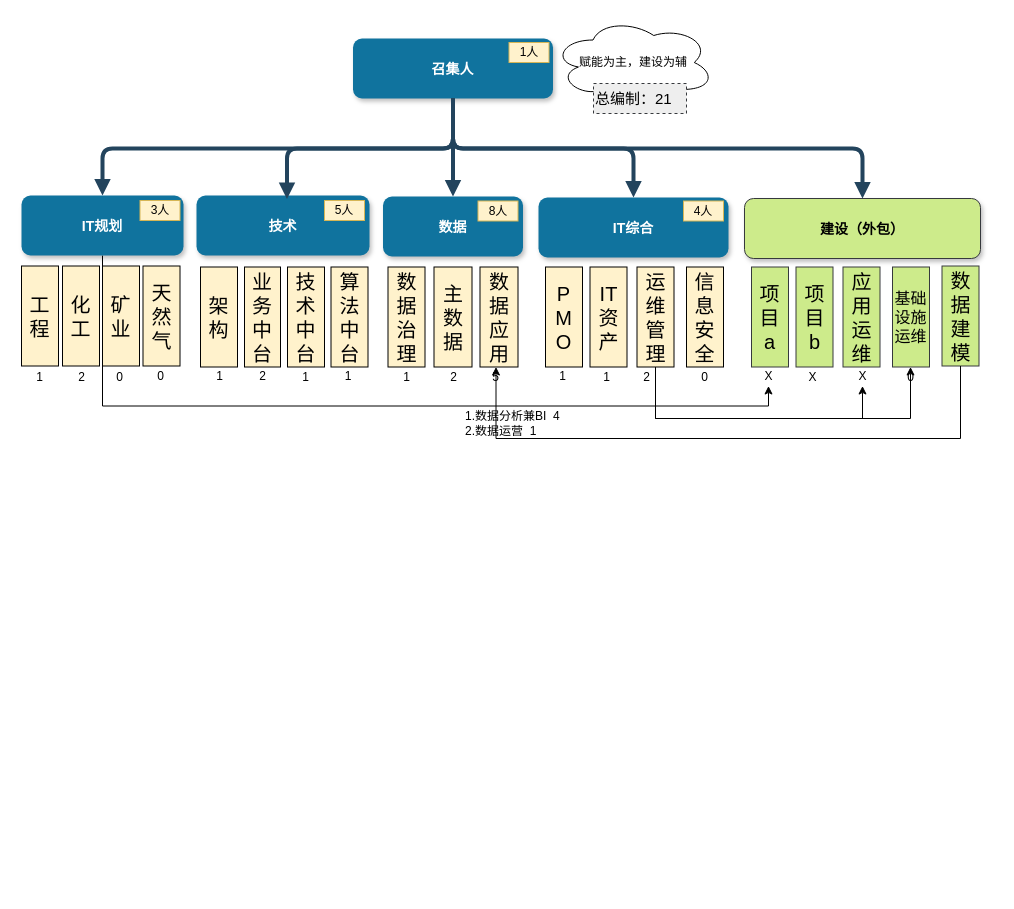
Before: page "第 21 页" (21 of 22) of MQ服务.drawio in chinadragonsjz/project, a draw.io diagram. Source tidied: cells renumbered, new cells numbered last; positions are measured from the earlier drawing's top-left corner, leaving out a move shared by most shapes. Both pictures are drawn from the tidied source at 100%, with x=0, y=0 at pixel (20, 17).
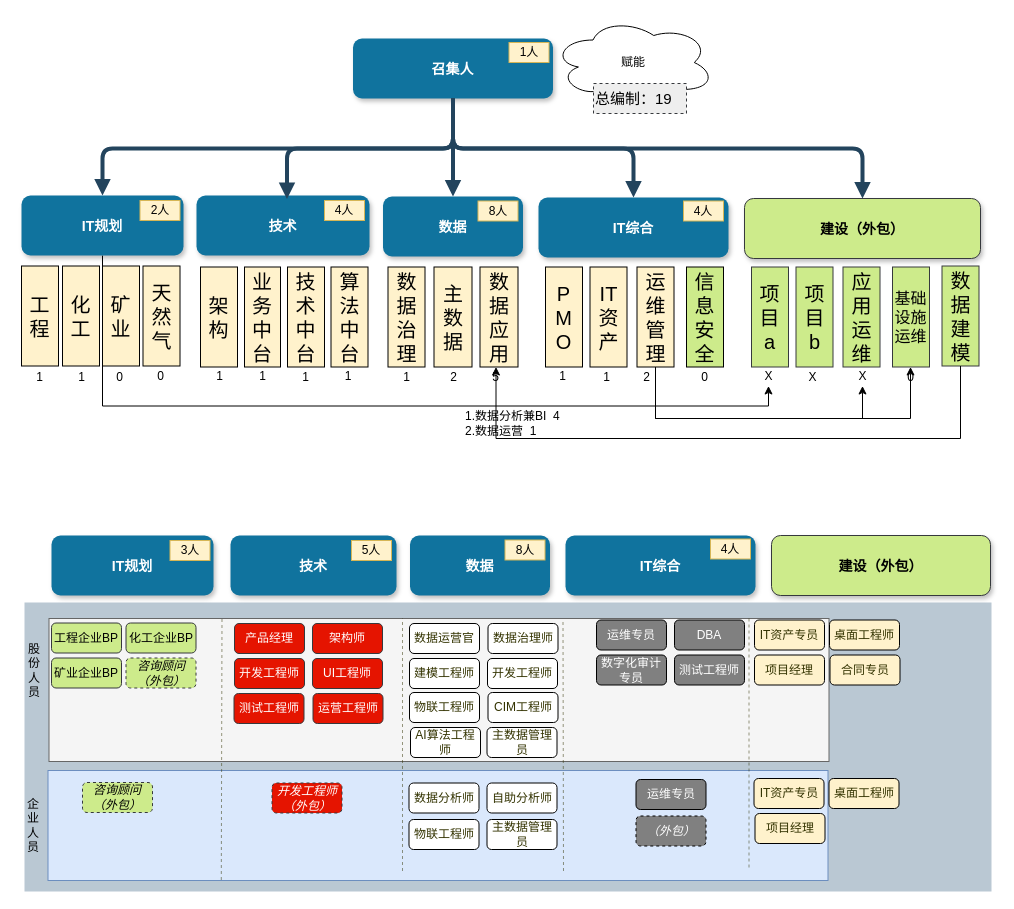
After the change.

Diff of the diagram source:
```diff
@@
-    <mxCell id="11" value="3人" style="text;html=1;strokeColor=#d6b656;fillColor=#fff2cc;align=center;verticalAlign=middle;whiteSpace=wrap;rounded=0;" parent="1" vertex="1">
+    <mxCell id="11" value="2人" style="text;html=1;strokeColor=#d6b656;fillColor=#fff2cc;align=center;verticalAlign=middle;whiteSpace=wrap;rounded=0;" parent="1" vertex="1">
       <mxGeometry x="119.5" y="183" width="40" height="20" as="geometry" />
     </mxCell>
@@
-    <mxCell id="29" value="信息安全" style="rounded=0;whiteSpace=wrap;html=1;strokeWidth=1;fillColor=#FFF2CC;fontSize=20;align=center;" parent="1" vertex="1">
+    <mxCell id="29" value="信息安全" style="rounded=0;whiteSpace=wrap;html=1;strokeWidth=1;fillColor=#CDEB8B;fontSize=20;align=center;" parent="1" vertex="1">
       <mxGeometry x="666" y="249.5" width="37" height="100" as="geometry" />
     </mxCell>
@@
-    <mxCell id="31" value="5人" style="text;html=1;strokeColor=#d6b656;fillColor=#fff2cc;align=center;verticalAlign=middle;whiteSpace=wrap;rounded=0;" parent="1" vertex="1">
+    <mxCell id="31" value="4人" style="text;html=1;strokeColor=#d6b656;fillColor=#fff2cc;align=center;verticalAlign=middle;whiteSpace=wrap;rounded=0;" parent="1" vertex="1">
       <mxGeometry x="304" y="183" width="40" height="20" as="geometry" />
     </mxCell>
@@
-    <mxCell id="33" value="2" style="text;html=1;strokeColor=none;fillColor=none;align=center;verticalAlign=middle;whiteSpace=wrap;rounded=0;" parent="1" vertex="1">
+    <mxCell id="33" value="1" style="text;html=1;strokeColor=none;fillColor=none;align=center;verticalAlign=middle;whiteSpace=wrap;rounded=0;" parent="1" vertex="1">
       <mxGeometry x="222.5" y="348.5" width="39" height="20" as="geometry" />
     </mxCell>
@@
-    <mxCell id="44" value="2" style="text;html=1;strokeColor=none;fillColor=none;align=center;verticalAlign=middle;whiteSpace=wrap;rounded=0;" parent="1" vertex="1">
+    <mxCell id="44" value="1" style="text;html=1;strokeColor=none;fillColor=none;align=center;verticalAlign=middle;whiteSpace=wrap;rounded=0;" parent="1" vertex="1">
       <mxGeometry x="42" y="349.5" width="39" height="20" as="geometry" />
     </mxCell>
@@
-    <mxCell id="58" value="赋能为主，建设为辅" style="ellipse;shape=cloud;whiteSpace=wrap;html=1;" parent="1" vertex="1">
+    <mxCell id="58" value="赋能" style="ellipse;shape=cloud;whiteSpace=wrap;html=1;" parent="1" vertex="1">
       <mxGeometry x="532" width="162" height="90" as="geometry" />
     </mxCell>
-    <mxCell id="59" value="总编制：21" style="rounded=0;whiteSpace=wrap;html=1;dashed=1;fillColor=#eeeeee;fontSize=15;align=left;strokeColor=#36393d;" parent="1" vertex="1">
+    <mxCell id="59" value="总编制：19" style="rounded=0;whiteSpace=wrap;html=1;dashed=1;fillColor=#eeeeee;fontSize=15;align=left;strokeColor=#36393d;" parent="1" vertex="1">
       <mxGeometry x="573" y="66" width="93" height="30" as="geometry" />
     </mxCell>
@@
+    <mxCell id="64" style="rounded=0;whiteSpace=wrap;html=1;fillColor=#bac8d3;align=left;strokeColor=none;" parent="1" vertex="1">
+      <mxGeometry x="4" y="585" width="967" height="289" as="geometry" />
+    </mxCell>
+    <mxCell id="65" style="rounded=0;whiteSpace=wrap;html=1;fillColor=#f5f5f5;strokeColor=#666666;fontColor=#333333;" parent="1" vertex="1">
+      <mxGeometry x="28.5" y="601" width="780" height="143" as="geometry" />
+    </mxCell>
+    <mxCell id="66" style="rounded=0;whiteSpace=wrap;html=1;fillColor=#dae8fc;strokeColor=#6c8ebf;" parent="1" vertex="1">
+      <mxGeometry x="27.5" y="753" width="780" height="110" as="geometry" />
+    </mxCell>
+    <mxCell id="67" value="股份人员" style="text;html=1;strokeColor=none;fillColor=none;align=center;verticalAlign=middle;whiteSpace=wrap;rounded=0;" parent="1" vertex="1">
+      <mxGeometry x="3.5" y="610.5" width="20" height="85" as="geometry" />
+    </mxCell>
+    <mxCell id="68" value="企业人员" style="text;html=1;strokeColor=none;fillColor=none;align=center;verticalAlign=middle;whiteSpace=wrap;rounded=0;" parent="1" vertex="1">
+      <mxGeometry x="3" y="765" width="20" height="85" as="geometry" />
+    </mxCell>
+    <mxCell id="69" style="endArrow=none;html=1;dashed=1;strokeColor=#333300;opacity=50;exitX=0.194;exitY=0.991;exitDx=0;exitDy=0;exitPerimeter=0;" parent="1" edge="1">
+      <mxGeometry relative="1" as="geometry">
+        <mxPoint x="200.8" y="862.5" as="sourcePoint" />
+        <mxPoint x="201.5" y="601" as="targetPoint" />
+      </mxGeometry>
+    </mxCell>
+    <mxCell id="70" style="endArrow=none;html=1;dashed=1;strokeColor=#333300;opacity=50;" parent="1" edge="1">
+      <mxGeometry relative="1" as="geometry">
+        <mxPoint x="382" y="853.5" as="sourcePoint" />
+        <mxPoint x="382" y="601" as="targetPoint" />
+      </mxGeometry>
+    </mxCell>
+    <mxCell id="71" style="endArrow=none;html=1;dashed=1;strokeColor=#333300;opacity=50;" parent="1" edge="1">
+      <mxGeometry relative="1" as="geometry">
+        <mxPoint x="543" y="853.5" as="sourcePoint" />
+        <mxPoint x="542.5" y="602" as="targetPoint" />
+      </mxGeometry>
+    </mxCell>
+    <mxCell id="72" style="endArrow=none;html=1;dashed=1;strokeColor=#333300;opacity=50;" parent="1" edge="1">
+      <mxGeometry relative="1" as="geometry">
+        <mxPoint x="728.5" y="850" as="sourcePoint" />
+        <mxPoint x="728.5" y="598.5" as="targetPoint" />
+      </mxGeometry>
+    </mxCell>
+    <mxCell id="73" value="工程企业BP" style="rounded=1;whiteSpace=wrap;html=1;fillColor=#cdeb8b;strokeColor=#36393d;" parent="1" vertex="1">
+      <mxGeometry x="31" y="605.5" width="70" height="30" as="geometry" />
+    </mxCell>
+    <mxCell id="74" value="化工企业BP" style="rounded=1;whiteSpace=wrap;html=1;fillColor=#cdeb8b;strokeColor=#36393d;" parent="1" vertex="1">
+      <mxGeometry x="105.5" y="605.5" width="70" height="30" as="geometry" />
+    </mxCell>
+    <mxCell id="75" value="矿业企业BP" style="rounded=1;whiteSpace=wrap;html=1;fillColor=#cdeb8b;strokeColor=#36393d;" parent="1" vertex="1">
+      <mxGeometry x="31" y="640.5" width="70" height="30" as="geometry" />
+    </mxCell>
+    <mxCell id="76" value="咨询顾问（外包）" style="rounded=1;whiteSpace=wrap;html=1;fillColor=#cdeb8b;strokeColor=#36393d;dashed=1;fontStyle=2;" parent="1" vertex="1">
+      <mxGeometry x="62" y="765" width="70" height="30" as="geometry" />
+    </mxCell>
+    <mxCell id="77" value="咨询顾问（外包）" style="rounded=1;whiteSpace=wrap;html=1;fillColor=#cdeb8b;strokeColor=#36393d;dashed=1;fontStyle=2;" parent="1" vertex="1">
+      <mxGeometry x="105.5" y="640.5" width="70" height="30" as="geometry" />
+    </mxCell>
+    <mxCell id="78" value="&lt;font color=&quot;#ffffff&quot;&gt;产品经理&lt;/font&gt;" style="rounded=1;whiteSpace=wrap;html=1;fillColor=#E51400;strokeColor=#36393d;" parent="1" vertex="1">
+      <mxGeometry x="214" y="606" width="70" height="30" as="geometry" />
+    </mxCell>
+    <mxCell id="79" value="&lt;font color=&quot;#ffffff&quot;&gt;架构师&lt;/font&gt;" style="rounded=1;whiteSpace=wrap;html=1;fillColor=#E51400;strokeColor=#36393d;" parent="1" vertex="1">
+      <mxGeometry x="292" y="606" width="70" height="30" as="geometry" />
+    </mxCell>
+    <mxCell id="80" value="&lt;font color=&quot;#ffffff&quot;&gt;开发工程师&lt;/font&gt;" style="rounded=1;whiteSpace=wrap;html=1;fillColor=#E51400;strokeColor=#36393d;" parent="1" vertex="1">
+      <mxGeometry x="214" y="641" width="70" height="30" as="geometry" />
+    </mxCell>
+    <mxCell id="81" value="&lt;font color=&quot;#ffffff&quot;&gt;UI工程师&lt;/font&gt;" style="rounded=1;whiteSpace=wrap;html=1;fillColor=#E51400;strokeColor=#36393d;" parent="1" vertex="1">
+      <mxGeometry x="292" y="641" width="70" height="30" as="geometry" />
+    </mxCell>
+    <mxCell id="82" value="&lt;font color=&quot;#ffffff&quot;&gt;测试工程师&lt;/font&gt;" style="rounded=1;whiteSpace=wrap;html=1;fillColor=#E51400;strokeColor=#36393d;" parent="1" vertex="1">
+      <mxGeometry x="213.5" y="676" width="70" height="30" as="geometry" />
+    </mxCell>
+    <mxCell id="83" value="&lt;font color=&quot;#ffffff&quot;&gt;运营工程师&lt;/font&gt;" style="rounded=1;whiteSpace=wrap;html=1;fillColor=#E51400;strokeColor=#36393d;" parent="1" vertex="1">
+      <mxGeometry x="292.5" y="676" width="70" height="30" as="geometry" />
+    </mxCell>
+    <mxCell id="84" value="&lt;font color=&quot;#333300&quot;&gt;数据分析师&lt;/font&gt;" style="rounded=1;whiteSpace=wrap;html=1;" parent="1" vertex="1">
+      <mxGeometry x="388.5" y="765.5" width="70" height="30" as="geometry" />
+    </mxCell>
+    <mxCell id="85" value="&lt;font color=&quot;#333300&quot;&gt;数据运营官&lt;/font&gt;" style="rounded=1;whiteSpace=wrap;html=1;" parent="1" vertex="1">
+      <mxGeometry x="389" y="606" width="70" height="30" as="geometry" />
+    </mxCell>
+    <mxCell id="86" value="&lt;font color=&quot;#ffffff&quot;&gt;运维专员&lt;/font&gt;" style="rounded=1;whiteSpace=wrap;html=1;fillColor=#808080;" parent="1" vertex="1">
+      <mxGeometry x="576" y="602.5" width="70" height="30" as="geometry" />
+    </mxCell>
+    <mxCell id="87" value="&lt;font color=&quot;#ffffff&quot;&gt;数字化审计专员&lt;/font&gt;" style="rounded=1;whiteSpace=wrap;html=1;fillColor=#808080;" parent="1" vertex="1">
+      <mxGeometry x="576" y="637.5" width="70" height="30" as="geometry" />
+    </mxCell>
+    <mxCell id="88" value="&lt;font color=&quot;#ffffff&quot;&gt;测试工程师&lt;/font&gt;" style="rounded=1;whiteSpace=wrap;html=1;fillColor=#808080;" parent="1" vertex="1">
+      <mxGeometry x="654" y="637.5" width="70" height="30" as="geometry" />
+    </mxCell>
+    <mxCell id="89" value="&lt;font color=&quot;#ffffff&quot;&gt;DBA&lt;/font&gt;" style="rounded=1;whiteSpace=wrap;html=1;fillColor=#808080;" parent="1" vertex="1">
+      <mxGeometry x="654" y="602.5" width="70" height="30" as="geometry" />
+    </mxCell>
+    <mxCell id="90" value="&lt;font color=&quot;#333300&quot;&gt;IT资产专员&lt;/font&gt;" style="rounded=1;whiteSpace=wrap;html=1;fillColor=#FFF2CC;" parent="1" vertex="1">
+      <mxGeometry x="734" y="602.5" width="70" height="30" as="geometry" />
+    </mxCell>
+    <mxCell id="91" value="&lt;font color=&quot;#333300&quot;&gt;项目经理&lt;/font&gt;" style="rounded=1;whiteSpace=wrap;html=1;fillColor=#FFF2CC;" parent="1" vertex="1">
+      <mxGeometry x="734" y="637.5" width="70" height="30" as="geometry" />
+    </mxCell>
+    <mxCell id="92" value="&lt;font color=&quot;#333300&quot;&gt;桌面工程师&lt;/font&gt;" style="rounded=1;whiteSpace=wrap;html=1;fillColor=#FFF2CC;" parent="1" vertex="1">
+      <mxGeometry x="809" y="602.5" width="70" height="30" as="geometry" />
+    </mxCell>
+    <mxCell id="93" value="&lt;font color=&quot;#333300&quot;&gt;建模工程师&lt;/font&gt;" style="rounded=1;whiteSpace=wrap;html=1;" parent="1" vertex="1">
+      <mxGeometry x="389" y="641" width="70" height="30" as="geometry" />
+    </mxCell>
+    <mxCell id="94" value="&lt;font color=&quot;#333300&quot;&gt;开发工程师&lt;/font&gt;" style="rounded=1;whiteSpace=wrap;html=1;" parent="1" vertex="1">
+      <mxGeometry x="467" y="641" width="70" height="30" as="geometry" />
+    </mxCell>
+    <mxCell id="95" value="&lt;font color=&quot;#333300&quot;&gt;自助分析师&lt;/font&gt;" style="rounded=1;whiteSpace=wrap;html=1;" parent="1" vertex="1">
+      <mxGeometry x="466.5" y="765.5" width="70" height="30" as="geometry" />
+    </mxCell>
+    <mxCell id="96" value="&lt;font color=&quot;#333300&quot;&gt;数据治理师&lt;/font&gt;" style="rounded=1;whiteSpace=wrap;html=1;" parent="1" vertex="1">
+      <mxGeometry x="467.5" y="606" width="70" height="30" as="geometry" />
+    </mxCell>
+    <mxCell id="97" value="&lt;font color=&quot;#333300&quot;&gt;合同专员&lt;/font&gt;" style="rounded=1;whiteSpace=wrap;html=1;fillColor=#FFF2CC;" parent="1" vertex="1">
+      <mxGeometry x="809.5" y="637.5" width="70" height="30" as="geometry" />
+    </mxCell>
+    <mxCell id="98" value="&lt;font color=&quot;#333300&quot;&gt;物联工程师&lt;/font&gt;" style="rounded=1;whiteSpace=wrap;html=1;" parent="1" vertex="1">
+      <mxGeometry x="389" y="675" width="70" height="30" as="geometry" />
+    </mxCell>
+    <mxCell id="99" value="&lt;font color=&quot;#333300&quot;&gt;CIM工程师&lt;/font&gt;" style="rounded=1;whiteSpace=wrap;html=1;" parent="1" vertex="1">
+      <mxGeometry x="467.5" y="675" width="70" height="30" as="geometry" />
+    </mxCell>
+    <mxCell id="100" value="&lt;font color=&quot;#ffffff&quot;&gt;运维专员&lt;/font&gt;" style="rounded=1;whiteSpace=wrap;html=1;fillColor=#808080;" parent="1" vertex="1">
+      <mxGeometry x="615.5" y="762" width="70" height="30" as="geometry" />
+    </mxCell>
+    <mxCell id="101" value="&lt;font color=&quot;#333300&quot;&gt;IT资产专员&lt;/font&gt;" style="rounded=1;whiteSpace=wrap;html=1;fillColor=#FFF2CC;" parent="1" vertex="1">
+      <mxGeometry x="733.5" y="761" width="70" height="30" as="geometry" />
+    </mxCell>
+    <mxCell id="102" value="&lt;font color=&quot;#333300&quot;&gt;桌面工程师&lt;/font&gt;" style="rounded=1;whiteSpace=wrap;html=1;fillColor=#FFF2CC;" parent="1" vertex="1">
+      <mxGeometry x="808.5" y="761" width="70" height="30" as="geometry" />
+    </mxCell>
+    <mxCell id="103" value="&lt;font color=&quot;#ffffff&quot;&gt;（外包）&lt;/font&gt;" style="rounded=1;whiteSpace=wrap;html=1;fillColor=#808080;dashed=1;fontStyle=2;" parent="1" vertex="1">
+      <mxGeometry x="615.5" y="798.5" width="70" height="30" as="geometry" />
+    </mxCell>
+    <mxCell id="104" value="&lt;font color=&quot;#ffffff&quot;&gt;开发工程师（外包）&lt;/font&gt;" style="rounded=1;whiteSpace=wrap;html=1;fillColor=#E51400;strokeColor=#36393d;dashed=1;fontStyle=2;" parent="1" vertex="1">
+      <mxGeometry x="251.5" y="765.5" width="70" height="30" as="geometry" />
+    </mxCell>
+    <mxCell id="105" value="&lt;font color=&quot;#333300&quot;&gt;项目经理&lt;/font&gt;" style="rounded=1;whiteSpace=wrap;html=1;fillColor=#FFF2CC;" parent="1" vertex="1">
+      <mxGeometry x="734.5" y="796" width="70" height="30" as="geometry" />
+    </mxCell>
+    <mxCell id="106" value="&lt;font color=&quot;#333300&quot;&gt;物联工程师&lt;/font&gt;" style="rounded=1;whiteSpace=wrap;html=1;" parent="1" vertex="1">
+      <mxGeometry x="388.5" y="802" width="70" height="30" as="geometry" />
+    </mxCell>
+    <mxCell id="107" value="&lt;font color=&quot;#333300&quot;&gt;主数据管理员&lt;/font&gt;" style="rounded=1;whiteSpace=wrap;html=1;" parent="1" vertex="1">
+      <mxGeometry x="466.5" y="710" width="70" height="30" as="geometry" />
+    </mxCell>
+    <mxCell id="108" value="&lt;font color=&quot;#333300&quot;&gt;AI算法工程师&lt;/font&gt;" style="rounded=1;whiteSpace=wrap;html=1;" parent="1" vertex="1">
+      <mxGeometry x="390" y="710" width="70" height="30" as="geometry" />
+    </mxCell>
+    <mxCell id="109" value="&lt;font color=&quot;#333300&quot;&gt;主数据管理员&lt;/font&gt;" style="rounded=1;whiteSpace=wrap;html=1;" parent="1" vertex="1">
+      <mxGeometry x="466.5" y="802" width="70" height="30" as="geometry" />
+    </mxCell>
+    <mxCell id="110" value="IT规划" style="rounded=1;fillColor=#10739E;strokeColor=none;shadow=1;gradientColor=none;fontStyle=1;fontColor=#FFFFFF;fontSize=14;" parent="1" vertex="1">
+      <mxGeometry x="31" y="518" width="162" height="60" as="geometry" />
+    </mxCell>
+    <mxCell id="111" value="IT综合" style="rounded=1;fillColor=#10739E;strokeColor=none;shadow=1;gradientColor=none;fontStyle=1;fontColor=#FFFFFF;fontSize=14;" parent="1" vertex="1">
+      <mxGeometry x="545" y="518" width="190" height="60" as="geometry" />
+    </mxCell>
+    <mxCell id="112" value="技术" style="rounded=1;fillColor=#10739E;strokeColor=none;shadow=1;gradientColor=none;fontStyle=1;fontColor=#FFFFFF;fontSize=14;" parent="1" vertex="1">
+      <mxGeometry x="210" y="518" width="166" height="60" as="geometry" />
+    </mxCell>
+    <mxCell id="113" value="4人" style="text;html=1;strokeColor=#d6b656;fillColor=#fff2cc;align=center;verticalAlign=middle;whiteSpace=wrap;rounded=0;" parent="1" vertex="1">
+      <mxGeometry x="690" y="521.5" width="40" height="20" as="geometry" />
+    </mxCell>
+    <mxCell id="114" value="3人" style="text;html=1;strokeColor=#d6b656;fillColor=#fff2cc;align=center;verticalAlign=middle;whiteSpace=wrap;rounded=0;" parent="1" vertex="1">
+      <mxGeometry x="149.5" y="523" width="40" height="20" as="geometry" />
+    </mxCell>
+    <mxCell id="115" value="数据" style="rounded=1;fillColor=#10739E;strokeColor=none;shadow=1;gradientColor=none;fontStyle=1;fontColor=#FFFFFF;fontSize=14;" parent="1" vertex="1">
+      <mxGeometry x="389.5" y="518" width="140" height="60" as="geometry" />
+    </mxCell>
+    <mxCell id="116" value="5人" style="text;html=1;strokeColor=#d6b656;fillColor=#fff2cc;align=center;verticalAlign=middle;whiteSpace=wrap;rounded=0;" parent="1" vertex="1">
+      <mxGeometry x="331" y="523" width="40" height="20" as="geometry" />
+    </mxCell>
+    <mxCell id="117" value="8人" style="text;html=1;strokeColor=#d6b656;fillColor=#fff2cc;align=center;verticalAlign=middle;whiteSpace=wrap;rounded=0;" parent="1" vertex="1">
+      <mxGeometry x="484.5" y="522.5" width="40" height="20" as="geometry" />
+    </mxCell>
+    <mxCell id="118" value="建设（外包）" style="rounded=1;fillColor=#cdeb8b;strokeColor=#36393d;shadow=1;fontStyle=1;fontSize=14;" parent="1" vertex="1">
+      <mxGeometry x="751" y="518" width="219" height="60" as="geometry" />
+    </mxCell>
```
